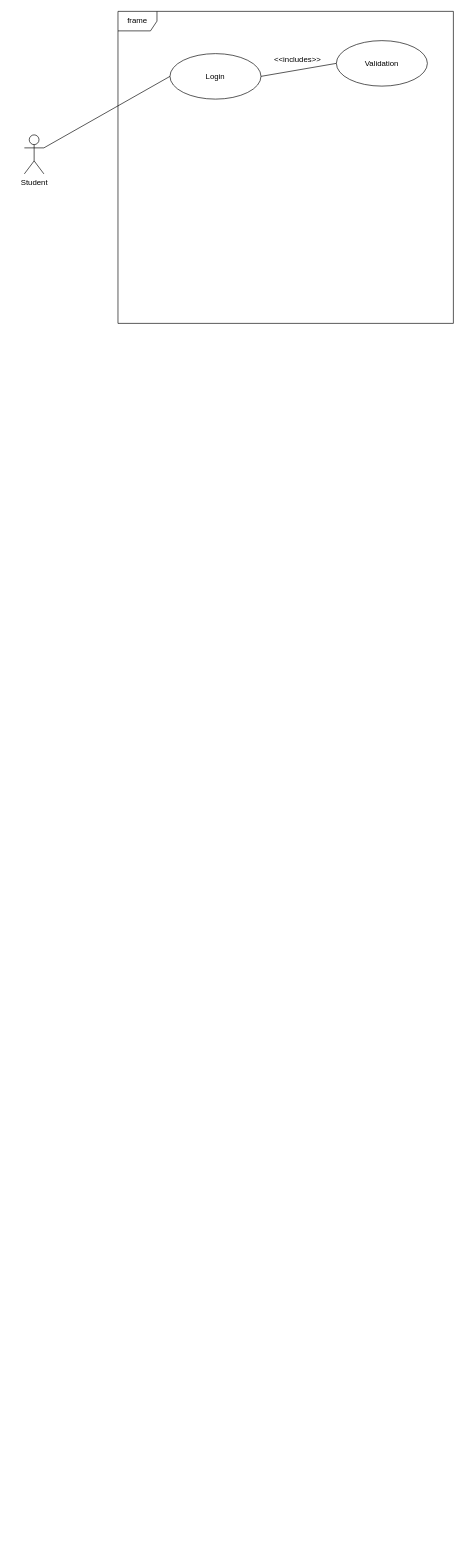
Above: AdminUseCase.drawio in SETHU60/cput_accomodation_application (draw.io), before the change. Source tidied: cells renumbered, new cells numbered last; positions are measured from the earlier drawing's top-left corner, leaving out a move shared by most shapes. Both pictures are drawn from the tidied source at 65%, with x=0, y=0 at pixel (24, 11).
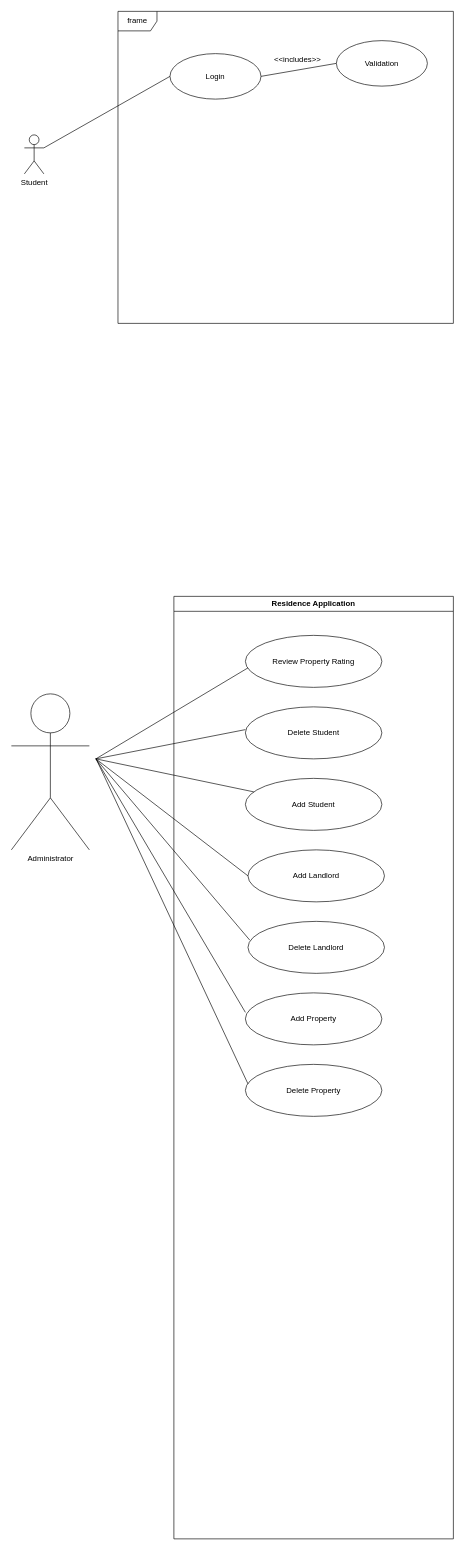
The same diagram, later.

What changed in the source:
```diff
@@
+    <mxCell id="9" value="Residence Application" style="swimlane;whiteSpace=wrap;html=1;" parent="1" vertex="1">
+      <mxGeometry x="230" y="900" width="430" height="1450" as="geometry" />
+    </mxCell>
+    <mxCell id="10" value="Review Property Rating" style="ellipse;whiteSpace=wrap;html=1;" parent="9" vertex="1">
+      <mxGeometry x="110" y="60" width="210" height="80" as="geometry" />
+    </mxCell>
+    <mxCell id="11" value="Add Student" style="ellipse;whiteSpace=wrap;html=1;" parent="9" vertex="1">
+      <mxGeometry x="110" y="280" width="210" height="80" as="geometry" />
+    </mxCell>
+    <mxCell id="12" value="Delete Student" style="ellipse;whiteSpace=wrap;html=1;" parent="9" vertex="1">
+      <mxGeometry x="110" y="170" width="210" height="80" as="geometry" />
+    </mxCell>
+    <mxCell id="13" value="Add Landlord" style="ellipse;whiteSpace=wrap;html=1;" parent="9" vertex="1">
+      <mxGeometry x="114" y="390" width="210" height="80" as="geometry" />
+    </mxCell>
+    <mxCell id="14" value="Delete Landlord" style="ellipse;whiteSpace=wrap;html=1;" parent="9" vertex="1">
+      <mxGeometry x="114" y="500" width="210" height="80" as="geometry" />
+    </mxCell>
+    <mxCell id="15" value="Add Property" style="ellipse;whiteSpace=wrap;html=1;" parent="9" vertex="1">
+      <mxGeometry x="110" y="610" width="210" height="80" as="geometry" />
+    </mxCell>
+    <mxCell id="16" value="Delete Property" style="ellipse;whiteSpace=wrap;html=1;" parent="9" vertex="1">
+      <mxGeometry x="110" y="720" width="210" height="80" as="geometry" />
+    </mxCell>
+    <mxCell id="17" style="endArrow=none;html=1;rounded=0;" parent="9" edge="1">
+      <mxGeometry relative="1" as="geometry">
+        <mxPoint x="-120" y="250" as="sourcePoint" />
+        <mxPoint x="114" y="110" as="targetPoint" />
+      </mxGeometry>
+    </mxCell>
+    <mxCell id="18" style="endArrow=none;html=1;rounded=0;" parent="9" edge="1">
+      <mxGeometry relative="1" as="geometry">
+        <mxPoint x="-120" y="250" as="sourcePoint" />
+        <mxPoint x="110" y="205" as="targetPoint" />
+      </mxGeometry>
+    </mxCell>
+    <mxCell id="19" style="endArrow=none;html=1;rounded=0;" parent="9" edge="1" target="11">
+      <mxGeometry relative="1" as="geometry">
+        <mxPoint x="-120" y="250" as="sourcePoint" />
+      </mxGeometry>
+    </mxCell>
+    <mxCell id="20" style="endArrow=none;html=1;rounded=0;exitX=0;exitY=0.375;exitDx=0;exitDy=0;exitPerimeter=0;" parent="9" edge="1" source="15">
+      <mxGeometry relative="1" as="geometry">
+        <mxPoint x="-120" y="250" as="targetPoint" />
+      </mxGeometry>
+    </mxCell>
+    <mxCell id="21" style="endArrow=none;html=1;rounded=0;entryX=0;entryY=0.5;entryDx=0;entryDy=0;" parent="9" edge="1" target="13">
+      <mxGeometry relative="1" as="geometry">
+        <mxPoint x="-120" y="250" as="sourcePoint" />
+      </mxGeometry>
+    </mxCell>
+    <mxCell id="22" style="endArrow=none;html=1;rounded=0;" parent="9" edge="1">
+      <mxGeometry relative="1" as="geometry">
+        <mxPoint x="-120" y="249" as="sourcePoint" />
+        <mxPoint x="114" y="750" as="targetPoint" />
+      </mxGeometry>
+    </mxCell>
+    <mxCell id="23" style="endArrow=none;html=1;rounded=0;entryX=0.014;entryY=0.363;entryDx=0;entryDy=0;entryPerimeter=0;" parent="9" edge="1" target="14">
+      <mxGeometry relative="1" as="geometry">
+        <mxPoint x="-120" y="250" as="sourcePoint" />
+      </mxGeometry>
+    </mxCell>
+    <mxCell id="24" value="Administrator" style="shape=umlActor;verticalLabelPosition=bottom;verticalAlign=top;html=1;" parent="1" vertex="1">
+      <mxGeometry x="-20" y="1050" width="120" height="240" as="geometry" />
+    </mxCell>
```
